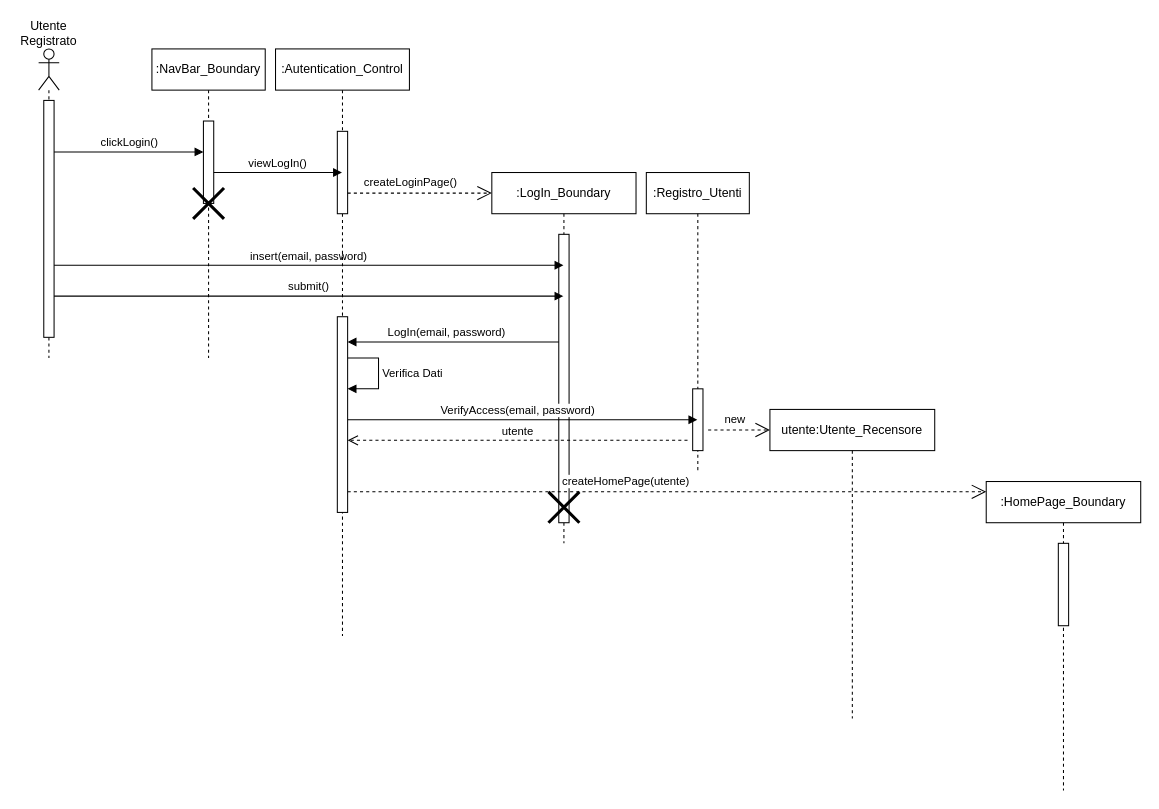
Before: New Diagrams/Sequence Diagrams/UC08- LogIn.drawio in superfra01/Rated, a draw.io diagram. Source tidied: cells renumbered, new cells numbered last; positions are measured from the earlier drawing's top-left corner, leaving out a move shared by most shapes. Both pictures are drawn from the tidied source at 103%, with x=0, y=0 at pixel (18, 18).
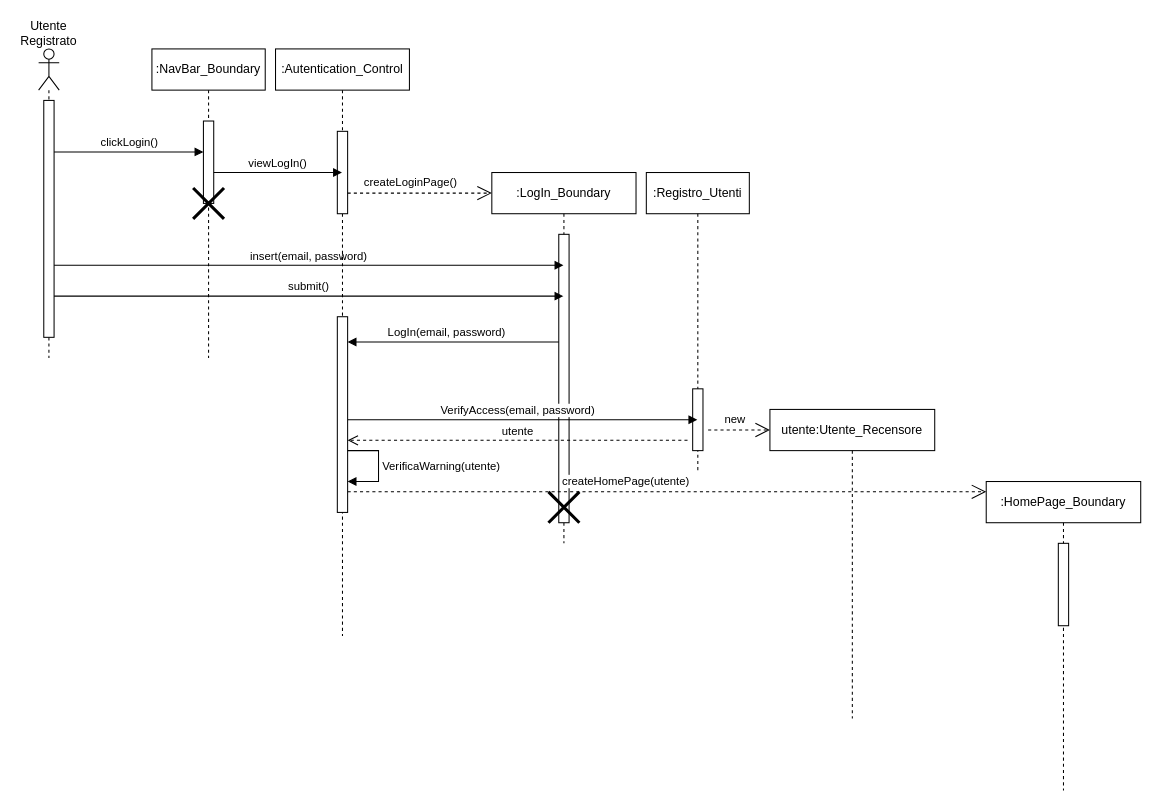
After the change.

Change to the diagram source:
```diff
@@
-    <mxCell id="20" value="Verifica Dati" style="html=1;align=left;spacingLeft=2;endArrow=block;rounded=0;edgeStyle=orthogonalEdgeStyle;curved=0;rounded=0;" parent="1" edge="1">
-      <mxGeometry relative="1" as="geometry">
-        <mxPoint x="320" y="330" as="sourcePoint" />
-        <mxPoint x="320" y="360" as="targetPoint" />
-        <Array as="points">
-          <mxPoint x="350" y="330" />
-          <mxPoint x="350" y="360" />
-        </Array>
-      </mxGeometry>
-    </mxCell>
@@
+    <mxCell id="31" value="VerificaWarning(utente)" style="html=1;align=left;spacingLeft=2;endArrow=block;rounded=0;edgeStyle=orthogonalEdgeStyle;curved=0;rounded=0;" parent="1" edge="1">
+      <mxGeometry relative="1" as="geometry">
+        <mxPoint x="320" y="420" as="sourcePoint" />
+        <mxPoint x="320" y="450" as="targetPoint" />
+        <Array as="points">
+          <mxPoint x="350" y="420" />
+          <mxPoint x="350" y="450" />
+        </Array>
+      </mxGeometry>
+    </mxCell>
```
